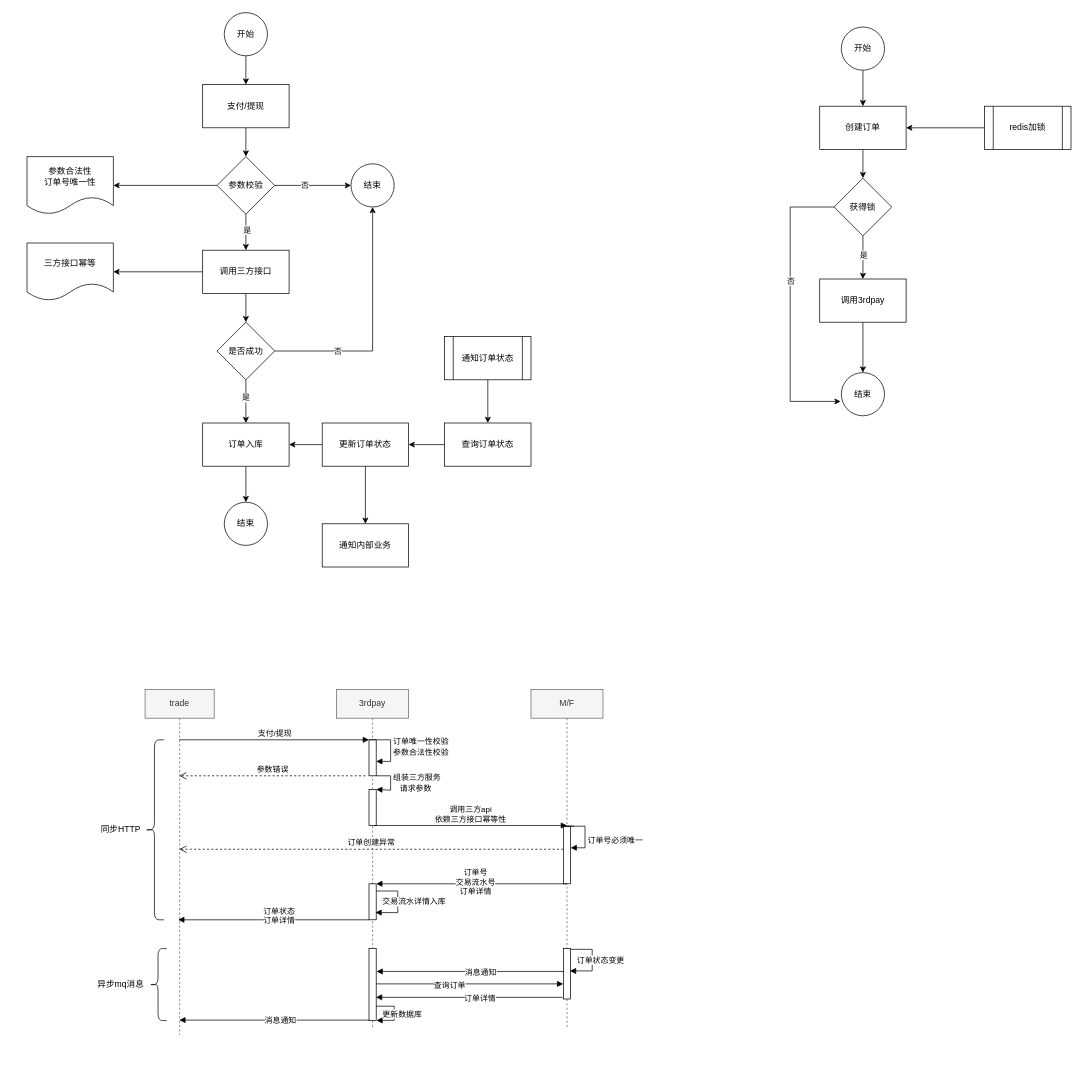
jarcn/pic keeps this draw.io diagram as page "支付/提现接口幂等方案" (4 of 4) of 支付流程.drawio. Above is the earlier version. Source tidied: cells renumbered, new cells numbered last; positions are measured from the earlier drawing's top-left corner, leaving out a move shared by most shapes. Both pictures are drawn from the tidied source at 72%, with x=0, y=0 at pixel (27, 12).
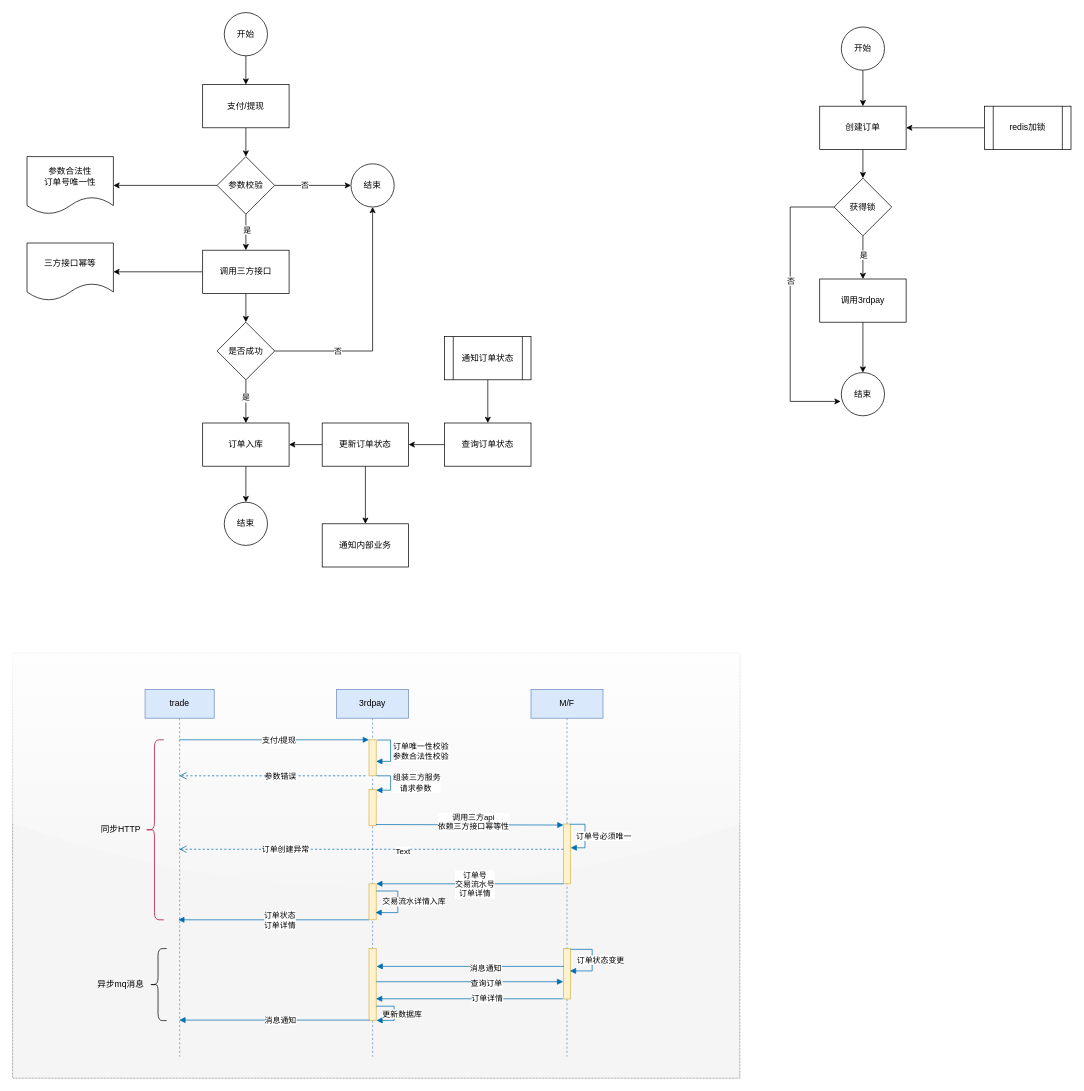
The same diagram, later.

Change to the diagram source:
```diff
@@
+    <mxCell id="79" style="rounded=0;whiteSpace=wrap;html=1;shadow=0;fillColor=#f5f5f5;fontColor=#333333;strokeColor=#666666;dashed=1;dashPattern=1 1;glass=1;sketch=0;" parent="1" vertex="1">
+      <mxGeometry x="-20" y="890" width="1010" height="590" as="geometry" />
+    </mxCell>
@@
-    <mxCell id="48" value="trade" style="shape=umlLifeline;perimeter=lifelinePerimeter;whiteSpace=wrap;html=1;outlineConnect=0;fillColor=#f5f5f5;strokeColor=#666666;fontColor=#333333;" parent="1" vertex="1">
-      <mxGeometry x="164" y="940" width="96" height="480" as="geometry" />
+    <mxCell id="48" value="trade" style="shape=umlLifeline;perimeter=lifelinePerimeter;whiteSpace=wrap;html=1;outlineConnect=0;fillColor=#dae8fc;strokeColor=#6c8ebf;" parent="1" vertex="1">
+      <mxGeometry x="164" y="940" width="96" height="510" as="geometry" />
     </mxCell>
-    <mxCell id="49" value="&lt;div&gt;订单状态&lt;/div&gt;&lt;div&gt;订单详情&lt;br&gt;&lt;/div&gt;" style="html=1;verticalAlign=bottom;endArrow=block;rounded=0;" parent="48" edge="1">
+    <mxCell id="49" style="html=1;verticalAlign=bottom;endArrow=block;rounded=0;fillColor=#1ba1e2;strokeColor=#006EAF;" parent="48" edge="1">
       <mxGeometry x="-0.06" y="10" relative="1" as="geometry">
         <mxPoint x="311" y="320" as="sourcePoint" />
         <mxPoint x="46" y="320" as="targetPoint" />
       </mxGeometry>
     </mxCell>
+    <mxCell id="80" value="&lt;div&gt;订单状态&lt;/div&gt;&lt;div&gt;订单详情&lt;br&gt;&lt;/div&gt;" style="edgeLabel;html=1;align=center;verticalAlign=middle;" parent="49" vertex="1">
+      <mxGeometry x="-0.46" relative="1" as="geometry">
+        <mxPoint x="-53" as="offset" />
+      </mxGeometry>
+    </mxCell>
@@
-    <mxCell id="51" value="3rdpay" style="shape=umlLifeline;perimeter=lifelinePerimeter;whiteSpace=wrap;html=1;fillColor=#f5f5f5;fontColor=#333333;strokeColor=#666666;" parent="1" vertex="1">
-      <mxGeometry x="430" y="940" width="100" height="470" as="geometry" />
+    <mxCell id="51" value="3rdpay" style="shape=umlLifeline;perimeter=lifelinePerimeter;whiteSpace=wrap;html=1;fillColor=#dae8fc;strokeColor=#6c8ebf;" parent="1" vertex="1">
+      <mxGeometry x="430" y="940" width="100" height="510" as="geometry" />
     </mxCell>
-    <mxCell id="52" style="html=1;points=[];perimeter=orthogonalPerimeter;" parent="51" vertex="1">
+    <mxCell id="52" style="html=1;points=[];perimeter=orthogonalPerimeter;fillColor=#fff2cc;strokeColor=#d6b656;" parent="51" vertex="1">
       <mxGeometry x="45" y="70" width="10" height="50" as="geometry" />
     </mxCell>
-    <mxCell id="53" value="&lt;div&gt;订单唯一性校验&lt;/div&gt;&lt;div&gt;参数合法性校验&lt;br&gt;&lt;/div&gt;" style="edgeStyle=orthogonalEdgeStyle;html=1;align=left;spacingLeft=2;endArrow=block;rounded=0;entryX=1;entryY=0.6;entryDx=0;entryDy=0;entryPerimeter=0;" parent="51" edge="1" target="52">
+    <mxCell id="53" value="&lt;div&gt;订单唯一性校验&lt;/div&gt;&lt;div&gt;参数合法性校验&lt;br&gt;&lt;/div&gt;" style="edgeStyle=orthogonalEdgeStyle;html=1;align=left;spacingLeft=2;endArrow=block;rounded=0;entryX=1;entryY=0.6;entryDx=0;entryDy=0;entryPerimeter=0;fillColor=#1ba1e2;strokeColor=#006EAF;exitX=1.121;exitY=0.006;exitDx=0;exitDy=0;exitPerimeter=0;" parent="51" edge="1" source="52" target="52">
       <mxGeometry relative="1" as="geometry">
-        <mxPoint x="45" y="70" as="sourcePoint" />
         <Array as="points">
           <mxPoint x="75" y="70" />
           <mxPoint x="75" y="100" />
         </Array>
       </mxGeometry>
     </mxCell>
-    <mxCell id="54" style="html=1;points=[];perimeter=orthogonalPerimeter;" parent="51" vertex="1">
+    <mxCell id="54" style="html=1;points=[];perimeter=orthogonalPerimeter;fillColor=#fff2cc;strokeColor=#d6b656;" parent="51" vertex="1">
       <mxGeometry x="45" y="139" width="10" height="50" as="geometry" />
     </mxCell>
-    <mxCell id="55" value="&lt;div&gt;组装三方服务&lt;/div&gt;&lt;div&gt;&amp;nbsp;&amp;nbsp; 请求参数&lt;/div&gt;" style="edgeStyle=orthogonalEdgeStyle;html=1;align=left;spacingLeft=2;endArrow=block;rounded=0;entryX=1;entryY=0;exitX=1.1;exitY=0.98;exitDx=0;exitDy=0;exitPerimeter=0;" parent="51" edge="1" source="52" target="54">
+    <mxCell id="55" value="&lt;div&gt;组装三方服务&lt;/div&gt;&lt;div&gt;&amp;nbsp;&amp;nbsp; 请求参数&lt;/div&gt;" style="edgeStyle=orthogonalEdgeStyle;html=1;align=left;spacingLeft=2;endArrow=block;rounded=0;exitX=1.1;exitY=0.98;exitDx=0;exitDy=0;exitPerimeter=0;fillColor=#1ba1e2;strokeColor=#006EAF;" parent="51" edge="1" source="52">
       <mxGeometry relative="1" as="geometry">
+        <mxPoint x="55" y="140" as="targetPoint" />
         <Array as="points">
           <mxPoint x="56" y="120" />
           <mxPoint x="75" y="120" />
           <mxPoint x="75" y="140" />
         </Array>
       </mxGeometry>
     </mxCell>
-    <mxCell id="56" style="html=1;points=[];perimeter=orthogonalPerimeter;" parent="51" vertex="1">
+    <mxCell id="56" style="html=1;points=[];perimeter=orthogonalPerimeter;fillColor=#fff2cc;strokeColor=#d6b656;" parent="51" vertex="1">
       <mxGeometry x="45" y="270" width="10" height="50" as="geometry" />
     </mxCell>
-    <mxCell id="57" value="交易流水详情入库" style="edgeStyle=orthogonalEdgeStyle;html=1;align=left;spacingLeft=2;endArrow=block;rounded=0;entryX=0.9;entryY=0.8;entryDx=0;entryDy=0;entryPerimeter=0;" parent="51" edge="1" target="56">
+    <mxCell id="57" value="交易流水详情入库" style="edgeStyle=orthogonalEdgeStyle;html=1;align=left;spacingLeft=2;endArrow=block;rounded=0;entryX=0.9;entryY=0.8;entryDx=0;entryDy=0;entryPerimeter=0;fillColor=#1ba1e2;strokeColor=#006EAF;" parent="51" edge="1" target="56">
       <mxGeometry x="0.87" y="-15" relative="1" as="geometry">
         <mxPoint x="55" y="280" as="sourcePoint" />
         <Array as="points">
           <mxPoint x="85" y="280" />
           <mxPoint x="85" y="310" />
         </Array>
       </mxGeometry>
     </mxCell>
-    <mxCell id="58" style="html=1;points=[];perimeter=orthogonalPerimeter;" parent="51" vertex="1">
+    <mxCell id="58" style="html=1;points=[];perimeter=orthogonalPerimeter;fillColor=#fff2cc;strokeColor=#d6b656;" parent="51" vertex="1">
       <mxGeometry x="45" y="360" width="10" height="100" as="geometry" />
     </mxCell>
-    <mxCell id="59" style="edgeStyle=orthogonalEdgeStyle;html=1;align=left;spacingLeft=2;endArrow=block;rounded=0;entryX=1.033;entryY=0.997;entryDx=0;entryDy=0;entryPerimeter=0;" parent="51" edge="1" target="58">
+    <mxCell id="59" style="edgeStyle=orthogonalEdgeStyle;html=1;align=left;spacingLeft=2;endArrow=block;rounded=0;entryX=1.033;entryY=0.997;entryDx=0;entryDy=0;entryPerimeter=0;fillColor=#1ba1e2;strokeColor=#006EAF;" parent="51" edge="1" target="58">
       <mxGeometry x="0.87" y="-15" relative="1" as="geometry">
         <mxPoint x="55" y="440" as="sourcePoint" />
         <Array as="points">
           <mxPoint x="80" y="440" />
           <mxPoint x="80" y="460" />
         </Array>
       </mxGeometry>
     </mxCell>
@@
-    <mxCell id="61" value="M/F" style="shape=umlLifeline;perimeter=lifelinePerimeter;whiteSpace=wrap;html=1;fillColor=#f5f5f5;fontColor=#333333;strokeColor=#666666;" parent="1" vertex="1">
-      <mxGeometry x="700" y="940" width="100" height="470" as="geometry" />
+    <mxCell id="61" value="M/F" style="shape=umlLifeline;perimeter=lifelinePerimeter;whiteSpace=wrap;html=1;fillColor=#dae8fc;strokeColor=#6c8ebf;" parent="1" vertex="1">
+      <mxGeometry x="700" y="940" width="100" height="510" as="geometry" />
     </mxCell>
-    <mxCell id="62" style="html=1;points=[];perimeter=orthogonalPerimeter;" parent="61" vertex="1">
-      <mxGeometry x="45" y="190" width="10" height="80" as="geometry" />
+    <mxCell id="62" style="html=1;points=[];perimeter=orthogonalPerimeter;fillColor=#fff2cc;strokeColor=#d6b656;" parent="61" vertex="1">
+      <mxGeometry x="45" y="187" width="10" height="83" as="geometry" />
     </mxCell>
-    <mxCell id="63" value="&lt;div&gt;订单号必须唯一&lt;br&gt;&lt;/div&gt;" style="edgeStyle=orthogonalEdgeStyle;html=1;align=left;spacingLeft=2;endArrow=block;rounded=0;" parent="61" edge="1">
+    <mxCell id="63" style="edgeStyle=orthogonalEdgeStyle;html=1;align=left;spacingLeft=2;endArrow=block;rounded=0;fillColor=#1ba1e2;strokeColor=#006EAF;exitX=0.911;exitY=0.004;exitDx=0;exitDy=0;exitPerimeter=0;" parent="61" edge="1" source="62">
       <mxGeometry x="0.37" relative="1" as="geometry">
-        <mxPoint x="60" y="190" as="sourcePoint" />
         <mxPoint x="55" y="220" as="targetPoint" />
         <Array as="points">
-          <mxPoint x="45" y="190" />
-          <mxPoint x="75" y="190" />
+          <mxPoint x="75" y="187" />
           <mxPoint x="75" y="220" />
-          <mxPoint x="55" y="220" />
         </Array>
       </mxGeometry>
     </mxCell>
+    <mxCell id="81" value="&lt;div&gt;订单号必须唯一&lt;br&gt;&lt;/div&gt;" style="edgeLabel;html=1;align=center;verticalAlign=middle;" parent="63" vertex="1">
+      <mxGeometry x="0.05" y="2" relative="1" as="geometry">
+        <mxPoint x="23" y="-2" as="offset" />
+      </mxGeometry>
+    </mxCell>
-    <mxCell id="64" style="html=1;points=[];perimeter=orthogonalPerimeter;" parent="61" vertex="1">
+    <mxCell id="64" style="html=1;points=[];perimeter=orthogonalPerimeter;fillColor=#fff2cc;strokeColor=#d6b656;" parent="61" vertex="1">
       <mxGeometry x="45" y="360" width="10" height="70" as="geometry" />
     </mxCell>
-    <mxCell id="65" value="支付/提现" style="html=1;verticalAlign=bottom;endArrow=block;entryX=0;entryY=0;rounded=0;" parent="1" edge="1" source="48">
+    <mxCell id="65" style="html=1;verticalAlign=bottom;endArrow=block;entryX=0;entryY=0;rounded=0;fillColor=#1ba1e2;strokeColor=#006EAF;" parent="1" edge="1" source="48">
       <mxGeometry relative="1" as="geometry">
         <mxPoint x="475" y="1010" as="targetPoint" />
       </mxGeometry>
     </mxCell>
+    <mxCell id="82" value="支付/提现" style="edgeLabel;html=1;align=center;verticalAlign=middle;" parent="65" vertex="1">
+      <mxGeometry x="0.35" y="-1" relative="1" as="geometry">
+        <mxPoint x="-40" y="-1" as="offset" />
+      </mxGeometry>
+    </mxCell>
-    <mxCell id="66" value="参数错误" style="html=1;verticalAlign=bottom;endArrow=open;dashed=1;endSize=8;rounded=0;" parent="1" edge="1" target="48">
+    <mxCell id="66" style="html=1;verticalAlign=bottom;endArrow=open;dashed=1;endSize=8;rounded=0;fillColor=#1ba1e2;strokeColor=#006EAF;" parent="1" edge="1" target="48">
       <mxGeometry relative="1" as="geometry">
         <mxPoint x="470" y="1060" as="sourcePoint" />
       </mxGeometry>
     </mxCell>
+    <mxCell id="83" value="参数错误" style="edgeLabel;html=1;align=center;verticalAlign=middle;" parent="66" vertex="1">
+      <mxGeometry x="0.03" y="1" relative="1" as="geometry">
+        <mxPoint x="14" y="-1" as="offset" />
+      </mxGeometry>
+    </mxCell>
-    <mxCell id="67" value="&lt;div&gt;调用三方api&lt;/div&gt;&lt;div&gt;依赖三方接口幂等性&lt;br&gt;&lt;/div&gt;" style="html=1;verticalAlign=bottom;endArrow=block;rounded=0;" parent="1" edge="1">
-      <mxGeometry relative="1" as="geometry">
-        <mxPoint x="482" y="1129" as="sourcePoint" />
-        <mxPoint x="750" y="1129" as="targetPoint" />
-      </mxGeometry>
+    <mxCell id="67" value="&lt;div&gt;调用三方api&lt;/div&gt;&lt;div&gt;依赖三方接口幂等性&lt;br&gt;&lt;/div&gt;" style="html=1;verticalAlign=bottom;endArrow=block;rounded=0;fillColor=#1ba1e2;strokeColor=#006EAF;exitX=0.963;exitY=0.974;exitDx=0;exitDy=0;exitPerimeter=0;entryX=0.016;entryY=0.017;entryDx=0;entryDy=0;entryPerimeter=0;" parent="1" edge="1" source="54" target="62">
+      <mxGeometry x="0.04" y="-12" relative="1" as="geometry" />
     </mxCell>
-    <mxCell id="68" value="订单创建异常" style="html=1;verticalAlign=bottom;endArrow=open;dashed=1;endSize=8;rounded=0;exitX=0;exitY=0.65;exitDx=0;exitDy=0;exitPerimeter=0;" parent="1" edge="1">
+    <mxCell id="68" style="html=1;verticalAlign=bottom;endArrow=open;dashed=1;endSize=8;rounded=0;exitX=0;exitY=0.65;exitDx=0;exitDy=0;exitPerimeter=0;fillColor=#1ba1e2;strokeColor=#006EAF;" parent="1" edge="1">
       <mxGeometry relative="1" as="geometry">
         <mxPoint x="745" y="1162" as="sourcePoint" />
         <mxPoint x="211.5" y="1162" as="targetPoint" />
       </mxGeometry>
     </mxCell>
+    <mxCell id="84" value="Text" style="edgeLabel;html=1;align=center;verticalAlign=middle;" parent="68" vertex="1">
+      <mxGeometry x="-0.16" y="2" relative="1" as="geometry" />
+    </mxCell>
+    <mxCell id="85" value="订单创建异常" style="edgeLabel;html=1;align=center;verticalAlign=middle;" parent="68" vertex="1">
+      <mxGeometry x="0.25" y="-1" relative="1" as="geometry">
+        <mxPoint x="-53" as="offset" />
+      </mxGeometry>
+    </mxCell>
-    <mxCell id="69" value="&lt;div&gt;订单号&lt;/div&gt;&lt;div&gt;交易流水号&lt;/div&gt;&lt;div&gt;订单详情&lt;br&gt;&lt;/div&gt;" style="html=1;verticalAlign=bottom;endArrow=block;rounded=0;" parent="1" edge="1" target="56">
-      <mxGeometry x="-0.04" y="20" relative="1" as="geometry">
-        <mxPoint x="750" y="1210" as="sourcePoint" />
-        <Array as="points">
-          <mxPoint x="620" y="1210" />
-        </Array>
-      </mxGeometry>
+    <mxCell id="69" style="html=1;verticalAlign=bottom;endArrow=block;rounded=0;fillColor=#1ba1e2;strokeColor=#006EAF;" parent="1" edge="1" source="62" target="56">
+      <mxGeometry x="-0.04" y="20" relative="1" as="geometry" />
     </mxCell>
+    <mxCell id="86" value="&lt;div&gt;订单号&lt;/div&gt;&lt;div&gt;交易流水号&lt;/div&gt;&lt;div&gt;订单详情&lt;br&gt;&lt;/div&gt;" style="edgeLabel;html=1;align=center;verticalAlign=middle;" parent="69" vertex="1">
+      <mxGeometry x="-0.12" y="1" relative="1" as="geometry">
+        <mxPoint x="-10" y="-1" as="offset" />
+      </mxGeometry>
+    </mxCell>
-    <mxCell id="70" value="订单状态变更" style="edgeStyle=orthogonalEdgeStyle;html=1;align=left;spacingLeft=2;endArrow=block;rounded=0;entryX=0.9;entryY=0.8;entryDx=0;entryDy=0;entryPerimeter=0;" parent="1" edge="1">
+    <mxCell id="70" value="订单状态变更" style="edgeStyle=orthogonalEdgeStyle;html=1;align=left;spacingLeft=2;endArrow=block;rounded=0;entryX=0.9;entryY=0.8;entryDx=0;entryDy=0;entryPerimeter=0;fillColor=#1ba1e2;strokeColor=#006EAF;" parent="1" edge="1">
       <mxGeometry x="0.87" y="-15" relative="1" as="geometry">
         <mxPoint x="755" y="1301" as="sourcePoint" />
         <mxPoint x="754" y="1331" as="targetPoint" />
         <Array as="points">
           <mxPoint x="785" y="1301" />
           <mxPoint x="785" y="1331" />
         </Array>
       </mxGeometry>
     </mxCell>
-    <mxCell id="71" value="消息通知" style="html=1;verticalAlign=bottom;endArrow=block;rounded=0;entryX=1.049;entryY=0.594;entryDx=0;entryDy=0;entryPerimeter=0;exitX=0.074;exitY=0.594;exitDx=0;exitDy=0;exitPerimeter=0;" parent="1" edge="1">
+    <mxCell id="71" style="html=1;verticalAlign=bottom;endArrow=block;rounded=0;entryX=1.049;entryY=0.594;entryDx=0;entryDy=0;entryPerimeter=0;exitX=0.074;exitY=0.594;exitDx=0;exitDy=0;exitPerimeter=0;fillColor=#1ba1e2;strokeColor=#006EAF;" parent="1" edge="1">
       <mxGeometry x="-0.11" y="10" relative="1" as="geometry">
-        <mxPoint x="745.7" y="1331.7" as="sourcePoint" />
-        <mxPoint x="485.5" y="1331.7" as="targetPoint" />
+        <mxPoint x="745.7" y="1324.7" as="sourcePoint" />
+        <mxPoint x="485.5" y="1324.7" as="targetPoint" />
       </mxGeometry>
     </mxCell>
+    <mxCell id="87" value="消息通知" style="edgeLabel;html=1;align=center;verticalAlign=middle;" parent="71" vertex="1">
+      <mxGeometry x="-0.29" y="2" relative="1" as="geometry">
+        <mxPoint x="-17" as="offset" />
+      </mxGeometry>
+    </mxCell>
-    <mxCell id="72" style="html=1;verticalAlign=bottom;endArrow=block;rounded=0;exitX=1;exitY=0.714;exitDx=0;exitDy=0;exitPerimeter=0;entryX=-0.033;entryY=0.714;entryDx=0;entryDy=0;entryPerimeter=0;" parent="1" edge="1">
+    <mxCell id="72" style="html=1;verticalAlign=bottom;endArrow=block;rounded=0;exitX=1;exitY=0.714;exitDx=0;exitDy=0;exitPerimeter=0;entryX=-0.033;entryY=0.714;entryDx=0;entryDy=0;entryPerimeter=0;fillColor=#1ba1e2;strokeColor=#006EAF;" parent="1" edge="1">
       <mxGeometry relative="1" as="geometry">
-        <mxPoint x="485" y="1349" as="sourcePoint" />
-        <mxPoint x="744.7" y="1349" as="targetPoint" />
+        <mxPoint x="485" y="1346" as="sourcePoint" />
+        <mxPoint x="744.7" y="1346" as="targetPoint" />
       </mxGeometry>
     </mxCell>
     <mxCell id="73" value="查询订单" style="edgeLabel;html=1;align=center;verticalAlign=middle;" parent="72" vertex="1">
-      <mxGeometry x="-0.22" y="-1" relative="1" as="geometry" />
+      <mxGeometry x="0.17" y="-2" relative="1" as="geometry" />
     </mxCell>
-    <mxCell id="74" value="订单详情" style="html=1;verticalAlign=bottom;endArrow=block;rounded=0;entryX=0.967;entryY=0.677;entryDx=0;entryDy=0;entryPerimeter=0;exitX=-0.1;exitY=0.967;exitDx=0;exitDy=0;exitPerimeter=0;" parent="1" edge="1" source="64" target="58">
-      <mxGeometry x="-0.11" y="10" relative="1" as="geometry" />
+    <mxCell id="74" style="html=1;verticalAlign=bottom;endArrow=block;rounded=0;entryX=0.967;entryY=0.677;entryDx=0;entryDy=0;entryPerimeter=0;exitX=-0.1;exitY=0.967;exitDx=0;exitDy=0;exitPerimeter=0;fillColor=#1ba1e2;strokeColor=#006EAF;" parent="1" edge="1">
+      <mxGeometry x="-0.11" y="10" relative="1" as="geometry">
+        <mxPoint x="744" y="1369.7" as="sourcePoint" />
+        <mxPoint x="484.7" y="1369.7" as="targetPoint" />
+      </mxGeometry>
     </mxCell>
+    <mxCell id="88" value="订单详情" style="edgeLabel;html=1;align=center;verticalAlign=middle;" parent="74" vertex="1">
+      <mxGeometry x="-0.28" y="-1" relative="1" as="geometry">
+        <mxPoint x="-13" as="offset" />
+      </mxGeometry>
+    </mxCell>
-    <mxCell id="75" value="消息通知" style="html=1;verticalAlign=bottom;endArrow=block;rounded=0;exitX=0.067;exitY=0.993;exitDx=0;exitDy=0;exitPerimeter=0;" parent="1" edge="1" source="58" target="48">
+    <mxCell id="75" value="消息通知" style="html=1;verticalAlign=bottom;endArrow=block;rounded=0;exitX=0.067;exitY=0.993;exitDx=0;exitDy=0;exitPerimeter=0;fillColor=#1ba1e2;strokeColor=#006EAF;" parent="1" edge="1" source="58" target="48">
       <mxGeometry x="-0.06" y="10" relative="1" as="geometry" />
     </mxCell>
-    <mxCell id="76" style="shape=curlyBracket;whiteSpace=wrap;html=1;rounded=1;gradientColor=none;" parent="1" vertex="1">
+    <mxCell id="76" style="shape=curlyBracket;whiteSpace=wrap;html=1;rounded=1;fillColor=#d80073;fontColor=#ffffff;strokeColor=#A50040;" parent="1" vertex="1">
       <mxGeometry x="164" y="1010" width="26" height="250" as="geometry" />
     </mxCell>
```
